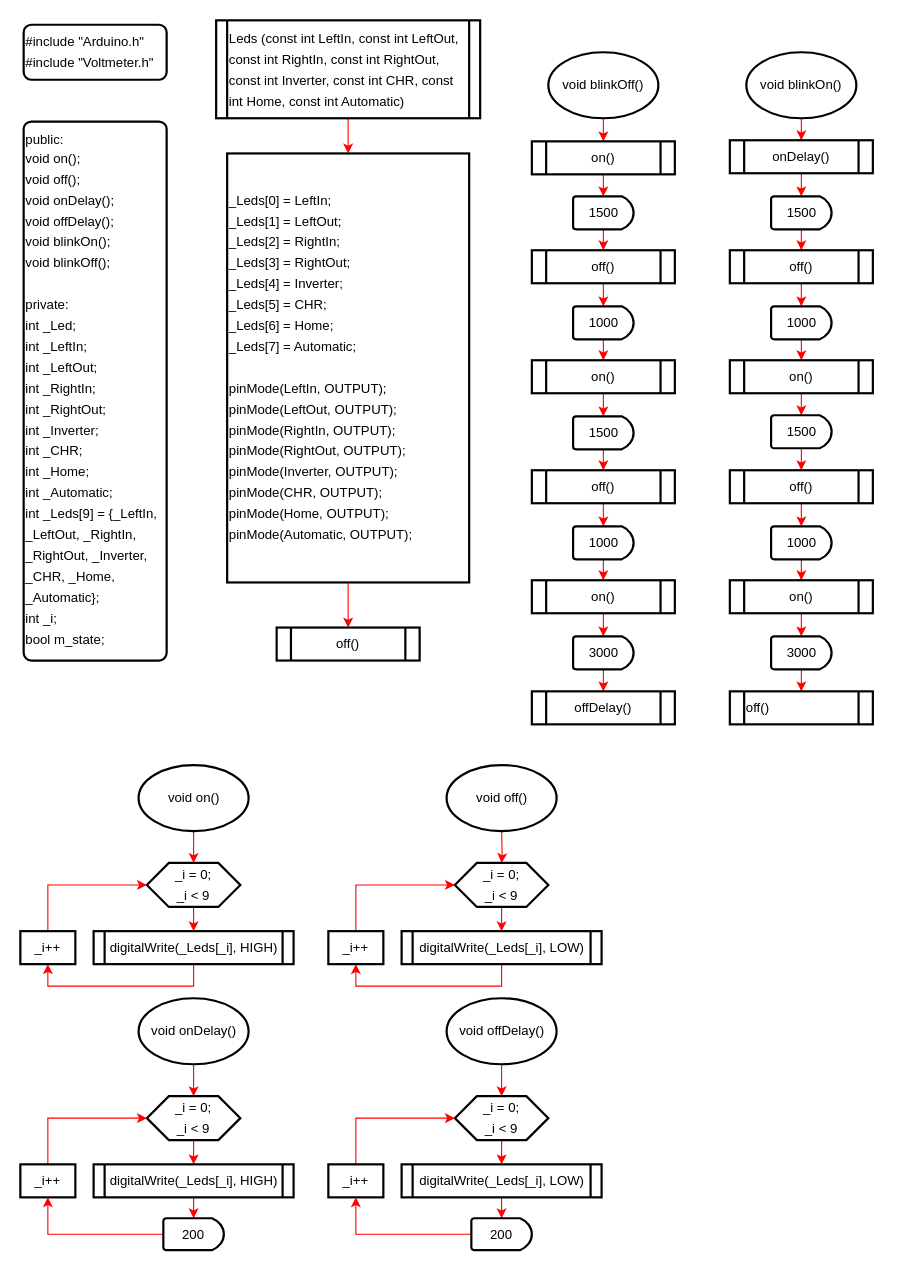
Above: documents/Flowcharts/Leds.drawio in bambera/230box (draw.io), before the change. Source tidied: cells renumbered, new cells numbered last; positions are measured from the earlier drawing's top-left corner, leaving out a move shared by most shapes. Both pictures are drawn from the tidied source at 110%, with x=0, y=0 at pixel (20, 20).
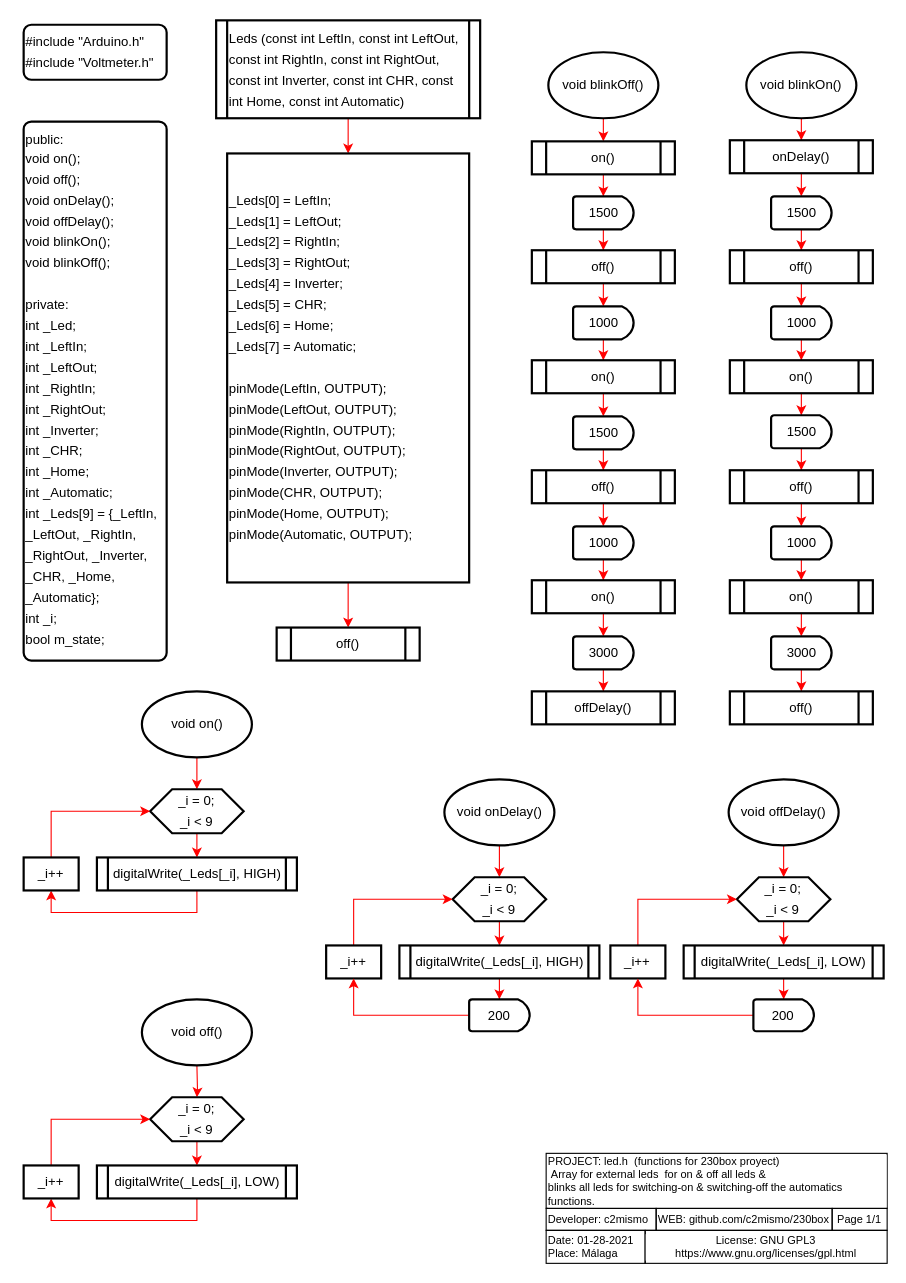
Above is the later version.

Commit message (it also covers changes not shown here):
Edit and print pdf

What changed in the source:
```diff
@@
-    <mxCell id="52" value="off()" style="shape=process;whiteSpace=wrap;html=1;backgroundOutline=1;rounded=0;fontColor=#000000;align=left;strokeColor=#000000;strokeWidth=2;fillColor=#FFFFFF;arcSize=14;" parent="1" vertex="1">
+    <mxCell id="52" value="off()" style="shape=process;whiteSpace=wrap;html=1;backgroundOutline=1;rounded=0;fontColor=#000000;align=center;strokeColor=#000000;strokeWidth=2;fillColor=#FFFFFF;arcSize=14;" parent="1" vertex="1">
       <mxGeometry x="645" y="610" width="130" height="30" as="geometry" />
     </mxCell>
@@
     <mxCell id="54" style="edgeStyle=orthogonalEdgeStyle;rounded=0;jettySize=auto;html=1;fontSize=11;fontColor=#f0f0f0;strokeColor=#FF0000;" parent="1" edge="1" target="55">
       <mxGeometry relative="1" as="geometry">
-        <mxPoint x="157.5" y="737" as="sourcePoint" />
+        <mxPoint x="160.5" y="670" as="sourcePoint" />
         <Array as="points">
-          <mxPoint x="157" y="750" />
-          <mxPoint x="157" y="750" />
+          <mxPoint x="160" y="683" />
+          <mxPoint x="160" y="683" />
         </Array>
       </mxGeometry>
     </mxCell>
     <mxCell id="55" value="&lt;div style=&quot;line-height: 19px&quot;&gt;_i = 0;&lt;/div&gt;&lt;div style=&quot;line-height: 19px&quot;&gt;_i &amp;lt; 9&lt;/div&gt;" style="shape=hexagon;perimeter=hexagonPerimeter2;whiteSpace=wrap;html=1;fixedSize=1;rounded=0;fontColor=#000000;strokeColor=#000000;strokeWidth=2;fillColor=#FFFFFF;arcSize=14;" parent="1" vertex="1">
-      <mxGeometry x="115" y="766" width="85" height="40" as="geometry" />
+      <mxGeometry x="118" y="699" width="85" height="40" as="geometry" />
     </mxCell>
     <mxCell id="56" style="edgeStyle=orthogonalEdgeStyle;rounded=0;jettySize=auto;html=1;entryX=0;entryY=0.5;entryDx=0;entryDy=0;exitX=0.5;exitY=0;exitDx=0;exitDy=0;fontSize=11;fontColor=#f0f0f0;strokeColor=#FF0000;" parent="1" edge="1" source="58" target="55">
       <mxGeometry relative="1" as="geometry">
         <Array as="points">
-          <mxPoint x="25" y="786" />
+          <mxPoint x="28" y="719" />
         </Array>
       </mxGeometry>
     </mxCell>
     <mxCell id="57" style="edgeStyle=orthogonalEdgeStyle;rounded=0;jettySize=auto;html=1;exitX=0.5;exitY=1;exitDx=0;exitDy=0;entryX=0.5;entryY=1;entryDx=0;entryDy=0;fontSize=11;fontColor=#f0f0f0;strokeColor=#FF0000;" parent="1" edge="1" source="87" target="58">
       <mxGeometry relative="1" as="geometry">
         <Array as="points">
-          <mxPoint x="158" y="878" />
-          <mxPoint x="25" y="878" />
+          <mxPoint x="161" y="811" />
+          <mxPoint x="28" y="811" />
         </Array>
       </mxGeometry>
     </mxCell>
     <mxCell id="58" value="_i++" style="rounded=0;whiteSpace=wrap;html=1;fontColor=#000000;strokeColor=#000000;strokeWidth=2;fillColor=#FFFFFF;arcSize=14;" parent="1" vertex="1">
-      <mxGeometry y="828" width="50" height="30" as="geometry" />
+      <mxGeometry x="3" y="761" width="50" height="30" as="geometry" />
     </mxCell>
@@
     <mxCell id="60" style="edgeStyle=orthogonalEdgeStyle;rounded=0;jettySize=auto;html=1;fontSize=11;fontColor=#f0f0f0;strokeColor=#FF0000;" parent="1" edge="1" target="61">
       <mxGeometry relative="1" as="geometry">
-        <mxPoint x="437.5" y="737" as="sourcePoint" />
+        <mxPoint x="160.5" y="950" as="sourcePoint" />
       </mxGeometry>
     </mxCell>
     <mxCell id="61" value="&lt;div style=&quot;line-height: 19px&quot;&gt;_i = 0;&lt;/div&gt;&lt;div style=&quot;line-height: 19px&quot;&gt;_i &amp;lt; 9&lt;/div&gt;" style="shape=hexagon;perimeter=hexagonPerimeter2;whiteSpace=wrap;html=1;fixedSize=1;rounded=0;fontColor=#000000;strokeColor=#000000;strokeWidth=2;fillColor=#FFFFFF;arcSize=14;" parent="1" vertex="1">
-      <mxGeometry x="395" y="766" width="85" height="40" as="geometry" />
+      <mxGeometry x="118" y="979" width="85" height="40" as="geometry" />
     </mxCell>
     <mxCell id="62" style="edgeStyle=orthogonalEdgeStyle;rounded=0;jettySize=auto;html=1;entryX=0;entryY=0.5;entryDx=0;entryDy=0;exitX=0.5;exitY=0;exitDx=0;exitDy=0;fontSize=11;fontColor=#f0f0f0;strokeColor=#FF0000;" parent="1" edge="1" source="64" target="61">
       <mxGeometry relative="1" as="geometry">
         <Array as="points">
-          <mxPoint x="305" y="786" />
+          <mxPoint x="28" y="999" />
         </Array>
       </mxGeometry>
     </mxCell>
     <mxCell id="63" style="edgeStyle=orthogonalEdgeStyle;rounded=0;jettySize=auto;html=1;exitX=0.5;exitY=1;exitDx=0;exitDy=0;entryX=0.5;entryY=1;entryDx=0;entryDy=0;fontSize=11;fontColor=#f0f0f0;strokeColor=#FF0000;" parent="1" edge="1" source="90" target="64">
       <mxGeometry relative="1" as="geometry">
         <Array as="points">
-          <mxPoint x="437" y="878" />
-          <mxPoint x="305" y="878" />
+          <mxPoint x="160" y="1091" />
+          <mxPoint x="28" y="1091" />
         </Array>
       </mxGeometry>
     </mxCell>
     <mxCell id="64" value="_i++" style="rounded=0;whiteSpace=wrap;html=1;fontColor=#000000;strokeColor=#000000;strokeWidth=2;fillColor=#FFFFFF;arcSize=14;" parent="1" vertex="1">
-      <mxGeometry x="280" y="828" width="50" height="30" as="geometry" />
+      <mxGeometry x="3" y="1041" width="50" height="30" as="geometry" />
     </mxCell>
@@
     <mxCell id="67" value="&lt;div style=&quot;line-height: 19px&quot;&gt;_i = 0;&lt;/div&gt;&lt;div style=&quot;line-height: 19px&quot;&gt;_i &amp;lt; 9&lt;/div&gt;" style="shape=hexagon;perimeter=hexagonPerimeter2;whiteSpace=wrap;html=1;fixedSize=1;rounded=0;fontColor=#000000;strokeColor=#000000;strokeWidth=2;fillColor=#FFFFFF;arcSize=14;" parent="1" vertex="1">
-      <mxGeometry x="395" y="978" width="85" height="40" as="geometry" />
+      <mxGeometry x="651.4" y="779" width="85" height="40" as="geometry" />
     </mxCell>
     <mxCell id="68" style="edgeStyle=orthogonalEdgeStyle;rounded=0;jettySize=auto;html=1;entryX=0;entryY=0.5;entryDx=0;entryDy=0;exitX=0.5;exitY=0;exitDx=0;exitDy=0;fontSize=11;fontColor=#f0f0f0;strokeColor=#FF0000;" parent="1" edge="1" source="70" target="67">
       <mxGeometry relative="1" as="geometry">
         <Array as="points">
-          <mxPoint x="305" y="998" />
+          <mxPoint x="561.4" y="799" />
         </Array>
       </mxGeometry>
     </mxCell>
@@
     <mxCell id="70" value="_i++" style="rounded=0;whiteSpace=wrap;html=1;fontColor=#000000;strokeColor=#000000;strokeWidth=2;fillColor=#FFFFFF;arcSize=14;" parent="1" vertex="1">
-      <mxGeometry x="280" y="1040" width="50" height="30" as="geometry" />
+      <mxGeometry x="536.4" y="841" width="50" height="30" as="geometry" />
     </mxCell>
@@
     <mxCell id="72" value="200" style="strokeWidth=2;html=1;shape=mxgraph.flowchart.delay;whiteSpace=wrap;rounded=0;fontColor=#000000;strokeColor=#000000;fillColor=#FFFFFF;arcSize=14;" parent="1" vertex="1">
-      <mxGeometry x="410" y="1089" width="55" height="29" as="geometry" />
+      <mxGeometry x="666.4" y="890" width="55" height="29" as="geometry" />
     </mxCell>
@@
     <mxCell id="75" value="&lt;div style=&quot;line-height: 19px&quot;&gt;_i = 0;&lt;/div&gt;&lt;div style=&quot;line-height: 19px&quot;&gt;_i &amp;lt; 9&lt;/div&gt;" style="shape=hexagon;perimeter=hexagonPerimeter2;whiteSpace=wrap;html=1;fixedSize=1;rounded=0;fontColor=#000000;strokeColor=#000000;strokeWidth=2;fillColor=#FFFFFF;arcSize=14;" parent="1" vertex="1">
-      <mxGeometry x="115" y="978" width="85" height="40" as="geometry" />
+      <mxGeometry x="393" y="779" width="85" height="40" as="geometry" />
     </mxCell>
     <mxCell id="76" style="edgeStyle=orthogonalEdgeStyle;rounded=0;jettySize=auto;html=1;entryX=0;entryY=0.5;entryDx=0;entryDy=0;exitX=0.5;exitY=0;exitDx=0;exitDy=0;fontSize=11;fontColor=#f0f0f0;strokeColor=#FF0000;" parent="1" edge="1" source="78" target="75">
       <mxGeometry relative="1" as="geometry">
         <Array as="points">
-          <mxPoint x="25" y="998" />
+          <mxPoint x="303" y="799" />
         </Array>
       </mxGeometry>
     </mxCell>
@@
     <mxCell id="78" value="_i++" style="rounded=0;whiteSpace=wrap;html=1;fontColor=#000000;strokeColor=#000000;strokeWidth=2;fillColor=#FFFFFF;arcSize=14;" parent="1" vertex="1">
-      <mxGeometry y="1040" width="50" height="30" as="geometry" />
+      <mxGeometry x="278" y="841" width="50" height="30" as="geometry" />
     </mxCell>
@@
     <mxCell id="80" value="200" style="strokeWidth=2;html=1;shape=mxgraph.flowchart.delay;whiteSpace=wrap;rounded=0;fontColor=#000000;strokeColor=#000000;fillColor=#FFFFFF;arcSize=14;" parent="1" vertex="1">
-      <mxGeometry x="130" y="1089" width="55" height="29" as="geometry" />
+      <mxGeometry x="408" y="890" width="55" height="29" as="geometry" />
     </mxCell>
@@
     <mxCell id="83" value="void on()" style="strokeWidth=2;html=1;shape=mxgraph.flowchart.start_1;whiteSpace=wrap;rounded=0;fontColor=#000000;strokeColor=#000000;fillColor=#FFFFFF;arcSize=14;" parent="1" vertex="1">
-      <mxGeometry x="107.5" y="677" width="100" height="60" as="geometry" />
+      <mxGeometry x="110.5" y="610" width="100" height="60" as="geometry" />
     </mxCell>
     <mxCell id="84" value="void off()" style="strokeWidth=2;html=1;shape=mxgraph.flowchart.start_1;whiteSpace=wrap;rounded=0;fontColor=#000000;strokeColor=#000000;fillColor=#FFFFFF;arcSize=14;" parent="1" vertex="1">
-      <mxGeometry x="387.5" y="677" width="100" height="60" as="geometry" />
+      <mxGeometry x="110.5" y="890" width="100" height="60" as="geometry" />
     </mxCell>
     <mxCell id="85" value="void onDelay()" style="strokeWidth=2;html=1;shape=mxgraph.flowchart.start_1;whiteSpace=wrap;rounded=0;fontColor=#000000;strokeColor=#000000;fillColor=#FFFFFF;arcSize=14;" parent="1" vertex="1">
-      <mxGeometry x="107.5" y="889" width="100" height="60" as="geometry" />
+      <mxGeometry x="385.5" y="690" width="100" height="60" as="geometry" />
     </mxCell>
     <mxCell id="86" value="void offDelay()" style="strokeWidth=2;html=1;shape=mxgraph.flowchart.start_1;whiteSpace=wrap;rounded=0;fontColor=#000000;strokeColor=#000000;fillColor=#FFFFFF;arcSize=14;" parent="1" vertex="1">
-      <mxGeometry x="387.5" y="889" width="100" height="60" as="geometry" />
+      <mxGeometry x="643.9" y="690" width="100" height="60" as="geometry" />
     </mxCell>
     <mxCell id="87" value="&lt;span&gt;digitalWrite(_Leds[_i], HIGH)&lt;/span&gt;" style="shape=process;whiteSpace=wrap;html=1;backgroundOutline=1;rounded=0;strokeColor=#000000;fillColor=#FFFFFF;fontColor=#000000;align=center;strokeWidth=2;arcSize=14;size=0.05548996458087367;" parent="1" vertex="1">
-      <mxGeometry x="66.6" y="828" width="181.8" height="30" as="geometry" />
+      <mxGeometry x="69.6" y="761" width="181.8" height="30" as="geometry" />
     </mxCell>
     <mxCell id="88" value="&lt;span&gt;digitalWrite(_Leds[_i], HIGH)&lt;/span&gt;" style="shape=process;whiteSpace=wrap;html=1;backgroundOutline=1;rounded=0;strokeColor=#000000;fillColor=#FFFFFF;fontColor=#000000;align=center;strokeWidth=2;arcSize=14;size=0.05548996458087367;" parent="1" vertex="1">
-      <mxGeometry x="66.6" y="1040" width="181.8" height="30" as="geometry" />
+      <mxGeometry x="344.6" y="841" width="181.8" height="30" as="geometry" />
     </mxCell>
     <mxCell id="89" value="&lt;span&gt;digitalWrite(_Leds[_i], LOW)&lt;/span&gt;" style="shape=process;whiteSpace=wrap;html=1;backgroundOutline=1;rounded=0;strokeColor=#000000;fillColor=#FFFFFF;fontColor=#000000;align=center;strokeWidth=2;arcSize=14;size=0.05548996458087367;" parent="1" vertex="1">
-      <mxGeometry x="346.6" y="1040" width="181.8" height="30" as="geometry" />
+      <mxGeometry x="603" y="841" width="181.8" height="30" as="geometry" />
     </mxCell>
     <mxCell id="90" value="&lt;span&gt;digitalWrite(_Leds[_i], LOW)&lt;/span&gt;" style="shape=process;whiteSpace=wrap;html=1;backgroundOutline=1;rounded=0;strokeColor=#000000;fillColor=#FFFFFF;fontColor=#000000;align=center;strokeWidth=2;arcSize=14;size=0.05548996458087367;" parent="1" vertex="1">
-      <mxGeometry x="346.6" y="828" width="181.8" height="30" as="geometry" />
+      <mxGeometry x="69.6" y="1041" width="181.8" height="30" as="geometry" />
     </mxCell>
+    <mxCell id="91" value="PROJECT: led.h&amp;nbsp; (functions for 230box proyect)&lt;br&gt;&amp;nbsp;Array for external leds&amp;nbsp; for on &amp;amp; off all leds &amp;amp;&lt;br&gt;blinks all leds for&amp;nbsp;switching-on &amp;amp;&amp;nbsp;switching-off the automatics functions." style="rounded=0;whiteSpace=wrap;html=1;labelBackgroundColor=#FFFFFF;strokeColor=#000000;fillColor=none;fontSize=10;fontColor=#000000;align=left;verticalAlign=middle;" parent="1" vertex="1">
+      <mxGeometry x="478" y="1030" width="310" height="50" as="geometry" />
+    </mxCell>
+    <mxCell id="92" value="Developer: c2mismo" style="rounded=0;whiteSpace=wrap;html=1;labelBackgroundColor=#FFFFFF;strokeColor=#000000;fillColor=none;fontSize=10;fontColor=#000000;align=left;" parent="1" vertex="1">
+      <mxGeometry x="478" y="1080" width="100" height="20" as="geometry" />
+    </mxCell>
+    <mxCell id="93" value="WEB: github.com/c2mismo/230box" style="rounded=0;whiteSpace=wrap;html=1;labelBackgroundColor=#FFFFFF;strokeColor=#000000;fillColor=none;fontSize=10;fontColor=#000000;align=left;" parent="1" vertex="1">
+      <mxGeometry x="578" y="1080" width="160" height="20" as="geometry" />
+    </mxCell>
+    <mxCell id="94" value="Date: 01-28-2021&lt;br&gt;Place: Málaga" style="rounded=0;whiteSpace=wrap;html=1;labelBackgroundColor=#FFFFFF;strokeColor=#000000;fillColor=none;fontSize=10;fontColor=#000000;align=left;" parent="1" vertex="1">
+      <mxGeometry x="478" y="1100" width="90" height="30" as="geometry" />
+    </mxCell>
+    <mxCell id="95" value="License: GNU GPL3 https://www.gnu.org/licenses/gpl.html" style="rounded=0;whiteSpace=wrap;html=1;labelBackgroundColor=#FFFFFF;strokeColor=#000000;fillColor=none;fontSize=10;fontColor=#000000;align=center;" parent="1" vertex="1">
+      <mxGeometry x="568" y="1100" width="220" height="30" as="geometry" />
+    </mxCell>
+    <mxCell id="96" value="Page 1/1" style="rounded=0;whiteSpace=wrap;html=1;labelBackgroundColor=#FFFFFF;strokeColor=#000000;fillColor=none;fontSize=10;fontColor=#000000;align=center;" parent="1" vertex="1">
+      <mxGeometry x="738" y="1080" width="50" height="20" as="geometry" />
+    </mxCell>
```
